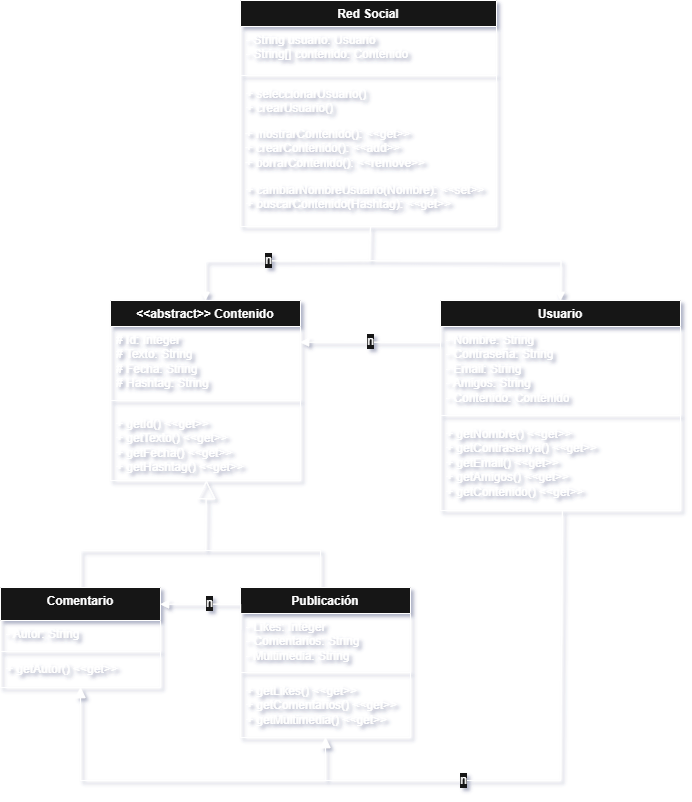
The draw.io diagram diag/png/dc.drawio.png in Kore29/Program-Whale, before a commit. Source tidied: cells renumbered, new cells last; positions are measured from the earlier drawing's top-left corner, leaving out a move shared by most shapes.
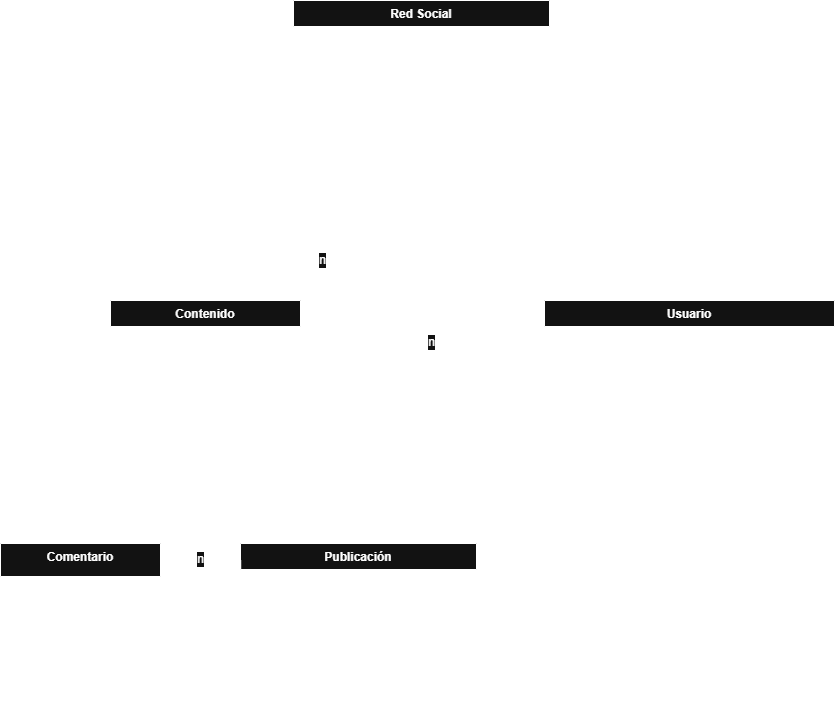
Later version of the same file.

Change to the diagram source:
```diff
@@ -4,6 +4,6 @@
     <mxCell id="1" parent="0" />
-    <mxCell id="2" value="&lt;div&gt;&amp;lt;&amp;lt;abstract&amp;gt;&amp;gt; Contenido&lt;/div&gt;&lt;div&gt;&lt;br&gt;&lt;/div&gt;" style="swimlane;fontStyle=1;align=center;verticalAlign=top;horizontal=1;startSize=26;whiteSpace=wrap;html=1;" parent="1" vertex="1">
-      <mxGeometry x="110" y="300" width="190" height="180" as="geometry" />
+    <mxCell id="2" value="&lt;div&gt;Contenido&lt;/div&gt;" style="swimlane;fontStyle=1;align=center;verticalAlign=top;horizontal=1;startSize=26;whiteSpace=wrap;html=1;" parent="1" vertex="1">
+      <mxGeometry x="52" y="244" width="190" height="110" as="geometry" />
     </mxCell>
-    <mxCell id="3" value="&lt;div&gt;# Id: Integer&lt;/div&gt;&lt;div&gt;# Texto: String&lt;/div&gt;&lt;div&gt;# Fecha: String&lt;/div&gt;&lt;div&gt;# Hashtag: String&lt;/div&gt;" style="text;strokeColor=none;fillColor=none;align=left;verticalAlign=top;spacingLeft=4;spacingRight=4;overflow=hidden;whiteSpace=wrap;html=1;" parent="2" vertex="1">
+    <mxCell id="3" value="&lt;div&gt;# Id: Integer&amp;nbsp;&lt;span style=&quot;background-color: transparent; color: light-dark(rgb(0, 0, 0), rgb(255, 255, 255));&quot;&gt;&amp;lt;&amp;lt;get&amp;gt;&amp;gt;&lt;/span&gt;&lt;/div&gt;&lt;div&gt;# Texto: String&amp;nbsp;&lt;span style=&quot;background-color: transparent; color: light-dark(rgb(0, 0, 0), rgb(255, 255, 255));&quot;&gt;&amp;lt;&amp;lt;get&amp;gt;&amp;gt;&lt;/span&gt;&lt;/div&gt;&lt;div&gt;# Fecha: String&amp;nbsp;&lt;span style=&quot;background-color: transparent; color: light-dark(rgb(0, 0, 0), rgb(255, 255, 255));&quot;&gt;&amp;lt;&amp;lt;get&amp;gt;&amp;gt;&lt;/span&gt;&lt;/div&gt;" style="text;strokeColor=none;fillColor=none;align=left;verticalAlign=top;spacingLeft=4;spacingRight=4;overflow=hidden;whiteSpace=wrap;html=1;" parent="2" vertex="1">
       <mxGeometry y="26" width="190" height="64" as="geometry" />
@@ -13,34 +13,25 @@
     </mxCell>
-    <mxCell id="5" value="&lt;div&gt;+ getId()&amp;nbsp;&lt;span style=&quot;background-color: transparent; color: light-dark(rgb(0, 0, 0), rgb(255, 255, 255));&quot;&gt;&amp;lt;&amp;lt;get&amp;gt;&amp;gt;&lt;/span&gt;&lt;/div&gt;&lt;div&gt;+ getTexto()&amp;nbsp;&lt;span style=&quot;background-color: transparent; color: light-dark(rgb(0, 0, 0), rgb(255, 255, 255));&quot;&gt;&amp;lt;&amp;lt;get&amp;gt;&amp;gt;&lt;/span&gt;&lt;/div&gt;&lt;div&gt;+ getFecha()&amp;nbsp;&lt;span style=&quot;background-color: transparent; color: light-dark(rgb(0, 0, 0), rgb(255, 255, 255));&quot;&gt;&amp;lt;&amp;lt;get&amp;gt;&amp;gt;&lt;/span&gt;&lt;/div&gt;&lt;div&gt;+ getHashtag()&amp;nbsp;&lt;span style=&quot;background-color: transparent; color: light-dark(rgb(0, 0, 0), rgb(255, 255, 255));&quot;&gt;&amp;lt;&amp;lt;get&amp;gt;&amp;gt;&lt;/span&gt;&lt;/div&gt;" style="text;strokeColor=none;fillColor=none;align=left;verticalAlign=top;spacingLeft=4;spacingRight=4;overflow=hidden;whiteSpace=wrap;html=1;" parent="2" vertex="1">
-      <mxGeometry y="110" width="190" height="70" as="geometry" />
-    </mxCell>
     <mxCell id="6" value="Red Social" style="swimlane;fontStyle=1;align=center;verticalAlign=top;horizontal=1;startSize=26;whiteSpace=wrap;html=1;" parent="1" vertex="1">
-      <mxGeometry x="240" width="256" height="226" as="geometry" />
+      <mxGeometry x="235" y="-56" width="256" height="190" as="geometry" />
     </mxCell>
-    <mxCell id="7" value="&lt;div&gt;- String usuario: Usuario&lt;/div&gt;&lt;div&gt;- String[] contenido: Contenido&lt;/div&gt;" style="text;align=left;verticalAlign=top;spacingLeft=4;spacingRight=4;overflow=hidden;whiteSpace=wrap;html=1;" parent="6" vertex="1">
-      <mxGeometry y="26" width="256" height="44" as="geometry" />
+    <mxCell id="7" value="&lt;div&gt;- List&amp;lt;Usuario&amp;gt;: usuario&lt;/div&gt;&lt;div&gt;&lt;span style=&quot;background-color: transparent; color: light-dark(rgb(0, 0, 0), rgb(255, 255, 255));&quot;&gt;- List&amp;lt;Publicacion&amp;gt;: publicacion&lt;/span&gt;&lt;/div&gt;&lt;div&gt;&lt;div&gt;- List&amp;lt;Comentario&amp;gt;: comentario&amp;nbsp;&lt;span style=&quot;background-color: transparent; color: light-dark(rgb(0, 0, 0), rgb(255, 255, 255));&quot;&gt;&amp;lt;&amp;lt;get&amp;gt;&amp;gt;&lt;/span&gt;&lt;/div&gt;&lt;/div&gt;" style="text;align=left;verticalAlign=top;spacingLeft=4;spacingRight=4;overflow=hidden;whiteSpace=wrap;html=1;" parent="6" vertex="1">
+      <mxGeometry y="26" width="256" height="54" as="geometry" />
     </mxCell>
     <mxCell id="8" style="line;strokeWidth=1;fillColor=none;align=left;verticalAlign=middle;spacingTop=-1;spacingLeft=3;spacingRight=3;labelPosition=right;strokeColor=inherit;" parent="6" vertex="1">
-      <mxGeometry y="70" width="256" height="10" as="geometry" />
+      <mxGeometry y="80" width="256" height="20" as="geometry" />
     </mxCell>
-    <mxCell id="9" value="&lt;div&gt;+ seleccionarUsuario()&lt;/div&gt;&lt;div&gt;+ crearUsuario()&lt;/div&gt;" style="text;align=left;verticalAlign=top;spacingLeft=4;spacingRight=4;overflow=hidden;points=[[0,0.5],[1,0.5]];portConstraint=eastwest;whiteSpace=wrap;html=1;" parent="6" vertex="1">
-      <mxGeometry y="80" width="256" height="40" as="geometry" />
+    <mxCell id="9" value="&lt;div&gt;+ addUsuario()&amp;nbsp;&lt;span style=&quot;background-color: transparent; color: light-dark(rgb(0, 0, 0), rgb(255, 255, 255));&quot;&gt;&amp;lt;&amp;lt;add&amp;gt;&amp;gt;&lt;/span&gt;&lt;/div&gt;&lt;div&gt;+ addRoot()&amp;nbsp;&lt;span style=&quot;background-color: transparent; color: light-dark(rgb(0, 0, 0), rgb(255, 255, 255));&quot;&gt;&amp;lt;&amp;lt;add&amp;gt;&amp;gt;&lt;/span&gt;&lt;/div&gt;&lt;div&gt;+ addPublicacion(): &amp;lt;&amp;lt;add&amp;gt;&amp;gt;&lt;br style=&quot;padding: 0px; margin: 0px;&quot;&gt;+ removePublicacion(): &amp;lt;&amp;lt;remove&amp;gt;&amp;gt;&lt;/div&gt;&lt;div&gt;&lt;br&gt;&lt;/div&gt;" style="text;align=left;verticalAlign=top;spacingLeft=4;spacingRight=4;overflow=hidden;points=[[0,0.5],[1,0.5]];portConstraint=eastwest;whiteSpace=wrap;html=1;" parent="6" vertex="1">
+      <mxGeometry y="100" width="256" height="90" as="geometry" />
     </mxCell>
-    <mxCell id="10" value=" + mostrarContenido(): &lt;&lt;get&gt;&gt;&#10; + crearContenido(): &lt;&lt;add&gt;&gt;&#10; + borrarContenido(): &lt;&lt;remove&gt;&gt;" style="text;whiteSpace=wrap;fillColor=none;fontColor=default;" parent="6" vertex="1">
-      <mxGeometry y="120" width="256" height="56" as="geometry" />
-    </mxCell>
-    <mxCell id="11" value="&lt;div&gt;&lt;span style=&quot;background-color: transparent; color: light-dark(rgb(0, 0, 0), rgb(255, 255, 255));&quot;&gt;+ cambiarNombreUsuario(Nombre): &amp;lt;&amp;lt;set&amp;gt;&amp;gt;&lt;/span&gt;&lt;/div&gt;&lt;div&gt;+ buscarContenido(Hashtag): &amp;lt;&amp;lt;get&amp;gt;&amp;gt;&lt;/div&gt;" style="text;align=left;verticalAlign=top;spacingLeft=4;spacingRight=4;overflow=hidden;points=[[0,0.5],[1,0.5]];portConstraint=eastwest;whiteSpace=wrap;html=1;" parent="6" vertex="1">
-      <mxGeometry y="176" width="256" height="50" as="geometry" />
-    </mxCell>
     <mxCell id="12" value="Usuario" style="swimlane;fontStyle=1;align=center;verticalAlign=top;horizontal=1;startSize=26;whiteSpace=wrap;html=1;" parent="1" vertex="1">
-      <mxGeometry x="440" y="300" width="240" height="210" as="geometry" />
+      <mxGeometry x="486" y="244" width="290" height="280" as="geometry" />
     </mxCell>
-    <mxCell id="13" value="&lt;div&gt;- Nombre: String&lt;/div&gt;&lt;div&gt;- Contraseña: String&lt;/div&gt;&lt;div&gt;- Email: String&lt;/div&gt;&lt;div&gt;- Amigos: String&lt;/div&gt;&lt;div&gt;- Contenido: Contenido&lt;/div&gt;&lt;div&gt;&lt;br&gt;&lt;/div&gt;" style="text;strokeColor=none;fillColor=none;align=left;verticalAlign=top;spacingLeft=4;spacingRight=4;overflow=hidden;whiteSpace=wrap;html=1;" parent="12" vertex="1">
-      <mxGeometry y="26" width="240" height="84" as="geometry" />
+    <mxCell id="13" value="&lt;div&gt;- Nombre: String&amp;nbsp;&lt;span style=&quot;background-color: transparent; color: light-dark(rgb(0, 0, 0), rgb(255, 255, 255));&quot;&gt;&amp;lt;&amp;lt;get/set&amp;gt;&amp;gt;&lt;/span&gt;&lt;/div&gt;&lt;div&gt;- Contraseña: String&amp;nbsp;&lt;span style=&quot;background-color: transparent; color: light-dark(rgb(0, 0, 0), rgb(255, 255, 255));&quot;&gt;&amp;lt;&amp;lt;get/set&amp;gt;&amp;gt;&lt;/span&gt;&lt;/div&gt;&lt;div&gt;- Email: String&amp;nbsp;&lt;span style=&quot;background-color: transparent; color: light-dark(rgb(0, 0, 0), rgb(255, 255, 255));&quot;&gt;&amp;lt;&amp;lt;get/set&amp;gt;&amp;gt;&lt;/span&gt;&lt;/div&gt;&lt;div&gt;- Creacion: String&amp;nbsp;&lt;span style=&quot;background-color: transparent; color: light-dark(rgb(0, 0, 0), rgb(255, 255, 255));&quot;&gt;&amp;lt;&amp;lt;get/set&amp;gt;&amp;gt;&lt;/span&gt;&lt;/div&gt;&lt;div&gt;- List &amp;lt;Usuario&amp;gt;: amigos&lt;/div&gt;&lt;div&gt;- Contenido: ArrayList&amp;lt;&lt;span style=&quot;background-color: transparent; color: light-dark(rgb(0, 0, 0), rgb(255, 255, 255));&quot;&gt;Contenido&lt;/span&gt;&lt;span style=&quot;background-color: transparent; color: light-dark(rgb(0, 0, 0), rgb(255, 255, 255));&quot;&gt;&amp;gt;&amp;nbsp;&lt;/span&gt;&lt;span style=&quot;background-color: transparent; color: light-dark(rgb(0, 0, 0), rgb(255, 255, 255));&quot;&gt;&amp;lt;&amp;lt;get/set&amp;gt;&amp;gt;&lt;/span&gt;&lt;span style=&quot;background-color: transparent; color: light-dark(rgb(0, 0, 0), rgb(255, 255, 255));&quot;&gt;&amp;nbsp;&lt;/span&gt;&lt;/div&gt;&lt;div&gt;&lt;br&gt;&lt;/div&gt;" style="text;strokeColor=none;fillColor=none;align=left;verticalAlign=top;spacingLeft=4;spacingRight=4;overflow=hidden;whiteSpace=wrap;html=1;" parent="12" vertex="1">
+      <mxGeometry y="26" width="290" height="114" as="geometry" />
     </mxCell>
     <mxCell id="14" style="line;strokeWidth=1;fillColor=none;align=left;verticalAlign=middle;spacingTop=-1;spacingLeft=3;spacingRight=3;labelPosition=right;strokeColor=inherit;" parent="12" vertex="1">
-      <mxGeometry y="110" width="240" height="10" as="geometry" />
+      <mxGeometry y="140" width="290" height="10" as="geometry" />
     </mxCell>
-    <mxCell id="15" value="&lt;div&gt;+ getNombre()&amp;nbsp;&lt;span style=&quot;background-color: transparent; color: light-dark(rgb(0, 0, 0), rgb(255, 255, 255));&quot;&gt;&amp;lt;&amp;lt;get&amp;gt;&amp;gt;&lt;/span&gt;&lt;/div&gt;&lt;div&gt;+ getContrasenya()&amp;nbsp;&lt;span style=&quot;background-color: transparent; color: light-dark(rgb(0, 0, 0), rgb(255, 255, 255));&quot;&gt;&amp;lt;&amp;lt;get&amp;gt;&amp;gt;&lt;/span&gt;&lt;/div&gt;&lt;div&gt;+ getEmail()&amp;nbsp;&lt;span style=&quot;background-color: transparent; color: light-dark(rgb(0, 0, 0), rgb(255, 255, 255));&quot;&gt;&amp;lt;&amp;lt;get&amp;gt;&amp;gt;&lt;/span&gt;&lt;/div&gt;&lt;div&gt;+ getAmigos()&amp;nbsp;&lt;span style=&quot;background-color: transparent; color: light-dark(rgb(0, 0, 0), rgb(255, 255, 255));&quot;&gt;&amp;lt;&amp;lt;get&amp;gt;&amp;gt;&lt;/span&gt;&lt;/div&gt;&lt;div&gt;+ getContenido()&amp;nbsp;&lt;span style=&quot;background-color: transparent; color: light-dark(rgb(0, 0, 0), rgb(255, 255, 255));&quot;&gt;&amp;lt;&amp;lt;get&amp;gt;&amp;gt;&lt;/span&gt;&lt;/div&gt;" style="text;strokeColor=none;fillColor=none;align=left;verticalAlign=top;spacingLeft=4;spacingRight=4;overflow=hidden;points=[[0,0.5],[1,0.5]];portConstraint=eastwest;whiteSpace=wrap;html=1;" parent="12" vertex="1">
-      <mxGeometry y="120" width="240" height="90" as="geometry" />
+    <mxCell id="15" value="&lt;div&gt;&lt;span style=&quot;background-color: transparent; color: light-dark(rgb(0, 0, 0), rgb(255, 255, 255));&quot;&gt;+ modificarAmigos&amp;nbsp;&lt;/span&gt;&lt;/div&gt;&lt;div&gt;&lt;font&gt;&lt;span style=&quot;color: rgb(0, 0, 0); white-space: pre;&quot;&gt;&#9;&lt;/span&gt;+ addAmigo() &amp;lt;&amp;lt;add&amp;gt;&amp;gt;&lt;/font&gt;&lt;/div&gt;&lt;div&gt;&lt;span style=&quot;white-space: pre;&quot;&gt;&#9;&lt;/span&gt;+ removeAmigo()&amp;nbsp;&lt;span style=&quot;background-color: transparent; color: light-dark(rgb(0, 0, 0), rgb(255, 255, 255));&quot;&gt;&amp;lt;&amp;lt;remove&amp;gt;&amp;gt;&lt;/span&gt;&lt;/div&gt;&lt;div&gt;&lt;span style=&quot;white-space: pre;&quot;&gt;&#9;&lt;/span&gt;+ isAmigo()&amp;nbsp;&lt;span style=&quot;background-color: transparent; color: light-dark(rgb(0, 0, 0), rgb(255, 255, 255));&quot;&gt;&amp;lt;&amp;lt;get&amp;gt;&amp;gt;&lt;/span&gt;&lt;/div&gt;" style="text;strokeColor=none;fillColor=none;align=left;verticalAlign=top;spacingLeft=4;spacingRight=4;overflow=hidden;points=[[0,0.5],[1,0.5]];portConstraint=eastwest;whiteSpace=wrap;html=1;" parent="12" vertex="1">
+      <mxGeometry y="150" width="290" height="130" as="geometry" />
     </mxCell>
@@ -48,5 +39,5 @@
       <mxGeometry relative="1" as="geometry">
-        <mxPoint x="200" y="550" as="sourcePoint" />
+        <mxPoint x="142" y="450" as="sourcePoint" />
         <Array as="points">
-          <mxPoint x="320" y="550" />
+          <mxPoint x="262" y="450" />
         </Array>
@@ -56,6 +47,6 @@
       <mxGeometry relative="1" as="geometry">
-        <mxPoint x="200" y="550" as="targetPoint" />
+        <mxPoint x="142" y="450" as="targetPoint" />
         <Array as="points">
-          <mxPoint x="80" y="550" />
-          <mxPoint x="200" y="550" />
+          <mxPoint x="22" y="450" />
+          <mxPoint x="142" y="450" />
         </Array>
@@ -63,6 +54,5 @@
     </mxCell>
-    <mxCell id="18" style="endArrow=block;endFill=1;html=1;edgeStyle=orthogonalEdgeStyle;align=left;verticalAlign=top;rounded=0;entryX=0.5;entryY=0;entryDx=0;entryDy=0;" parent="1" edge="1">
+    <mxCell id="18" style="endArrow=block;endFill=1;html=1;edgeStyle=orthogonalEdgeStyle;align=left;verticalAlign=top;rounded=0;entryX=0.5;entryY=0;entryDx=0;entryDy=0;" parent="1" edge="1" target="12">
       <mxGeometry x="-1" y="-64" relative="1" as="geometry">
-        <mxPoint x="360" y="260" as="sourcePoint" />
-        <mxPoint x="560" y="300" as="targetPoint" />
+        <mxPoint x="406" y="204" as="sourcePoint" />
         <mxPoint x="-40" y="-14" as="offset" />
@@ -72,3 +62,3 @@
       <mxGeometry x="-1" y="80" relative="1" as="geometry">
-        <mxPoint x="360" y="260" as="sourcePoint" />
+        <mxPoint x="406" y="204" as="sourcePoint" />
         <mxPoint x="80" y="-80" as="offset" />
@@ -80,5 +70,5 @@
     <mxCell id="21" value="Comentario" style="swimlane;fontStyle=1;align=center;verticalAlign=top;horizontal=1;startSize=33;whiteSpace=wrap;html=1;" parent="1" vertex="1">
-      <mxGeometry y="587" width="160" height="100" as="geometry" />
+      <mxGeometry x="-58" y="487" width="160" height="68" as="geometry" />
     </mxCell>
-    <mxCell id="22" value="- Autor: String" style="text;strokeColor=none;fillColor=none;align=left;verticalAlign=top;spacingLeft=4;spacingRight=4;overflow=hidden;whiteSpace=wrap;html=1;" parent="21" vertex="1">
+    <mxCell id="22" value="- Autor: String &amp;lt;&amp;lt;get&amp;gt;&amp;gt;" style="text;strokeColor=none;fillColor=none;align=left;verticalAlign=top;spacingLeft=4;spacingRight=4;overflow=hidden;whiteSpace=wrap;html=1;" parent="21" vertex="1">
       <mxGeometry y="33" width="160" height="27" as="geometry" />
@@ -88,22 +78,16 @@
     </mxCell>
-    <mxCell id="24" value="&lt;div&gt;+ getAutor()&amp;nbsp;&lt;span style=&quot;background-color: transparent; color: light-dark(rgb(0, 0, 0), rgb(255, 255, 255));&quot;&gt;&amp;lt;&amp;lt;get&amp;gt;&amp;gt;&lt;/span&gt;&lt;/div&gt;" style="text;strokeColor=none;fillColor=none;align=left;verticalAlign=top;spacingLeft=4;spacingRight=4;overflow=hidden;whiteSpace=wrap;html=1;" parent="21" vertex="1">
-      <mxGeometry y="68" width="160" height="32" as="geometry" />
-    </mxCell>
     <mxCell id="25" value="Publicación" style="swimlane;fontStyle=1;align=center;verticalAlign=top;horizontal=1;startSize=26;whiteSpace=wrap;html=1;" parent="1" vertex="1">
-      <mxGeometry x="240" y="587" width="170" height="150" as="geometry" />
+      <mxGeometry x="182" y="487" width="236" height="90" as="geometry" />
     </mxCell>
-    <mxCell id="26" value="&lt;div&gt;&lt;span style=&quot;background-color: transparent; color: light-dark(rgb(0, 0, 0), rgb(255, 255, 255));&quot;&gt;- Likes: Integer&lt;/span&gt;&lt;/div&gt;&lt;div&gt;&lt;span style=&quot;background-color: transparent; color: light-dark(rgb(0, 0, 0), rgb(255, 255, 255));&quot;&gt;- Comentarios: String&amp;nbsp;&lt;/span&gt;&lt;/div&gt;&lt;div&gt;&lt;span style=&quot;background-color: transparent; color: light-dark(rgb(0, 0, 0), rgb(255, 255, 255));&quot;&gt;- Multimedia: String&lt;/span&gt;&lt;/div&gt;" style="text;strokeColor=none;fillColor=none;align=left;verticalAlign=top;spacingLeft=4;spacingRight=4;overflow=hidden;whiteSpace=wrap;html=1;" parent="25" vertex="1">
-      <mxGeometry y="26" width="170" height="54" as="geometry" />
+    <mxCell id="26" value="&lt;div&gt;&lt;span style=&quot;background-color: transparent; color: light-dark(rgb(0, 0, 0), rgb(255, 255, 255));&quot;&gt;- Likes: Integer&amp;nbsp;&lt;/span&gt;&lt;span style=&quot;background-color: transparent; color: light-dark(rgb(0, 0, 0), rgb(255, 255, 255));&quot;&gt;&amp;lt;&amp;lt;get/add&amp;gt;&amp;gt;&lt;/span&gt;&lt;/div&gt;&lt;div&gt;&lt;span style=&quot;background-color: transparent; color: light-dark(rgb(0, 0, 0), rgb(255, 255, 255));&quot;&gt;- Multimedia: String&amp;nbsp;&lt;/span&gt;&lt;span style=&quot;background-color: transparent; color: light-dark(rgb(0, 0, 0), rgb(255, 255, 255));&quot;&gt;&amp;lt;&amp;lt;get&amp;gt;&amp;gt;&lt;/span&gt;&lt;/div&gt;&lt;div&gt;&lt;span style=&quot;background-color: transparent; color: light-dark(rgb(0, 0, 0), rgb(255, 255, 255));&quot;&gt;- Hashtag: String &amp;lt;&amp;lt;get&amp;gt;&amp;gt;&lt;/span&gt;&lt;/div&gt;" style="text;strokeColor=none;fillColor=none;align=left;verticalAlign=top;spacingLeft=4;spacingRight=4;overflow=hidden;whiteSpace=wrap;html=1;" parent="25" vertex="1">
+      <mxGeometry y="26" width="236" height="54" as="geometry" />
     </mxCell>
     <mxCell id="27" style="line;strokeWidth=1;fillColor=none;align=left;verticalAlign=middle;spacingTop=-1;spacingLeft=3;spacingRight=3;labelPosition=right;strokeColor=inherit;" parent="25" vertex="1">
-      <mxGeometry y="80" width="170" height="10" as="geometry" />
+      <mxGeometry y="80" width="236" height="10" as="geometry" />
     </mxCell>
-    <mxCell id="28" value="+ getLikes() &amp;lt;&amp;lt;get&amp;gt;&amp;gt;&lt;div&gt;+ getComentarios()&amp;nbsp;&lt;span style=&quot;background-color: transparent; color: light-dark(rgb(0, 0, 0), rgb(255, 255, 255));&quot;&gt;&amp;lt;&amp;lt;get&amp;gt;&amp;gt;&lt;/span&gt;&lt;/div&gt;&lt;div&gt;+ getMultimedia()&amp;nbsp;&lt;span style=&quot;background-color: transparent; color: light-dark(rgb(0, 0, 0), rgb(255, 255, 255));&quot;&gt;&amp;lt;&amp;lt;get&amp;gt;&amp;gt;&lt;/span&gt;&lt;/div&gt;" style="text;strokeColor=none;fillColor=none;align=left;verticalAlign=top;spacingLeft=4;spacingRight=4;overflow=hidden;whiteSpace=wrap;html=1;" parent="25" vertex="1">
-      <mxGeometry y="90" width="170" height="60" as="geometry" />
-    </mxCell>
     <mxCell id="29" style="endArrow=block;endFill=1;html=1;edgeStyle=orthogonalEdgeStyle;align=left;verticalAlign=top;rounded=0;exitX=0.001;exitY=0.277;exitDx=0;exitDy=0;entryX=1;entryY=0.5;entryDx=0;entryDy=0;exitPerimeter=0;" parent="1" edge="1" source="25">
       <mxGeometry x="-1" relative="1" as="geometry">
-        <mxPoint x="160" y="603.8" as="targetPoint" />
+        <mxPoint x="102" y="503.8" as="targetPoint" />
         <Array as="points">
-          <mxPoint x="160" y="604" />
+          <mxPoint x="102" y="504" />
         </Array>
@@ -116,26 +100,12 @@
     </mxCell>
-    <mxCell id="31" style="endArrow=block;endSize=16;endFill=0;html=1;rounded=0;fontSize=12;curved=1;" parent="1" edge="1">
+    <mxCell id="31" style="endArrow=block;endSize=16;endFill=0;html=1;rounded=0;fontSize=12;curved=1;entryX=0.5;entryY=1;entryDx=0;entryDy=0;" parent="1" edge="1" target="2">
       <mxGeometry relative="1" as="geometry">
-        <mxPoint x="205" y="550" as="sourcePoint" />
-        <mxPoint x="206" y="480" as="targetPoint" />
+        <mxPoint x="146" y="450" as="sourcePoint" />
       </mxGeometry>
     </mxCell>
-    <mxCell id="32" style="html=1;verticalAlign=bottom;endArrow=block;curved=0;rounded=0;fontSize=12;startSize=8;endSize=8;entryX=0.5;entryY=1;entryDx=0;entryDy=0;" parent="1" edge="1" target="25">
-      <mxGeometry relative="1" as="geometry">
-        <mxPoint x="562" y="510" as="sourcePoint" />
-        <Array as="points">
-          <mxPoint x="560" y="780" />
-          <mxPoint x="325" y="780" />
-        </Array>
-      </mxGeometry>
-    </mxCell>
-    <mxCell id="33" value="n" style="edgeLabel;html=1;align=center;verticalAlign=middle;fontSize=12;" parent="32" vertex="1">
-      <mxGeometry x="0.34" y="-1" relative="1" as="geometry" />
-    </mxCell>
-    <mxCell id="34" style="html=1;verticalAlign=bottom;endArrow=block;curved=0;rounded=0;fontSize=12;startSize=8;endSize=8;" parent="1" edge="1">
+    <mxCell id="34" style="html=1;verticalAlign=bottom;endArrow=block;curved=0;rounded=0;fontSize=12;startSize=8;endSize=8;entryX=0.5;entryY=1;entryDx=0;entryDy=0;" parent="1" edge="1" target="21">
       <mxGeometry relative="1" as="geometry">
-        <mxPoint x="336" y="780" as="sourcePoint" />
-        <mxPoint x="80" y="687" as="targetPoint" />
+        <mxPoint x="306" y="640" as="sourcePoint" />
         <Array as="points">
-          <mxPoint x="80" y="780" />
+          <mxPoint x="22" y="640" />
         </Array>
@@ -145,6 +115,6 @@
       <mxGeometry x="-1" relative="1" as="geometry">
-        <mxPoint x="440" y="340" as="sourcePoint" />
-        <mxPoint x="300" y="341.8" as="targetPoint" />
+        <mxPoint x="486" y="284" as="sourcePoint" />
+        <mxPoint x="242" y="286" as="targetPoint" />
         <Array as="points">
-          <mxPoint x="440" y="341.8" />
+          <mxPoint x="486" y="285.8" />
         </Array>
@@ -157,10 +127,15 @@
     </mxCell>
-    <mxCell id="37" style="endArrow=none;html=1;edgeStyle=orthogonalEdgeStyle;rounded=0;fontSize=12;startSize=8;endSize=8;curved=0;strokeColor=default;exitX=0.508;exitY=0.999;exitDx=0;exitDy=0;exitPerimeter=0;" parent="1" edge="1" source="11">
-      <mxGeometry relative="1" as="geometry">
-        <mxPoint x="369" y="260" as="targetPoint" />
-        <Array as="points">
-          <mxPoint x="370" y="260" />
-        </Array>
-      </mxGeometry>
-    </mxCell>
+    <mxCell id="38" style="endArrow=none;html=1;rounded=0;entryX=0.492;entryY=1.003;entryDx=0;entryDy=0;entryPerimeter=0;" parent="1" edge="1" target="9">
+      <mxGeometry relative="1" as="geometry">
+        <mxPoint x="361" y="204" as="sourcePoint" />
+      </mxGeometry>
+    </mxCell>
+    <mxCell id="39" style="endArrow=classic;html=1;rounded=0;entryX=0.5;entryY=1;entryDx=0;entryDy=0;exitX=0.493;exitY=1.003;exitDx=0;exitDy=0;exitPerimeter=0;" parent="1" edge="1" source="15" target="25">
+      <mxGeometry relative="1" as="geometry">
+        <Array as="points">
+          <mxPoint x="629" y="640" />
+          <mxPoint x="300" y="640" />
+        </Array>
+      </mxGeometry>
+    </mxCell>
   </root>
```
